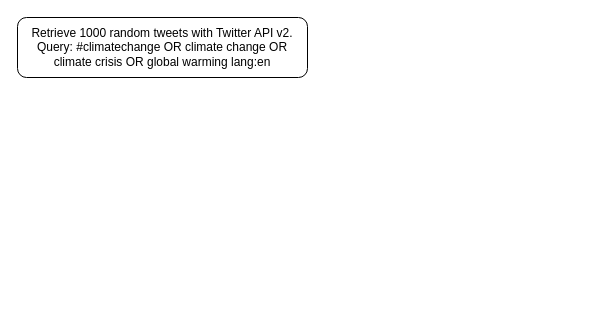
The draw.io diagram CCT416_Methodology.drawio in randsco/CCT416_FinalProject, before the edit. Source tidied: cells renumbered, new cells numbered last; positions are measured from the earlier drawing's top-left corner, leaving out a move shared by most shapes. Both pictures are drawn from the tidied source at 100%, with x=0, y=0 at pixel (17, 17).
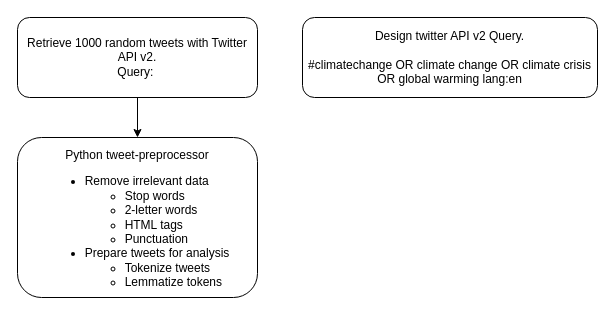
The same page after the edit.

Change to the diagram source:
```diff
@@
 <mxGraphModel>
   <root>
     <mxCell id="0" />
     <mxCell id="1" parent="0" />
+    <mxCell id="3" style="edgeStyle=orthogonalEdgeStyle;rounded=0;jettySize=auto;html=1;" parent="1" edge="1" source="2" target="4">
+      <mxGeometry relative="1" as="geometry" />
+    </mxCell>
-    <mxCell id="2" value="Retrieve 1000 random tweets with Twitter API v2. Query: #climatechange OR climate change OR climate crisis OR global warming lang:en" style="rounded=1;whiteSpace=wrap;html=1;" parent="1" vertex="1">
-      <mxGeometry width="290" height="60" as="geometry" />
+    <mxCell id="2" value="Retrieve 1000 random tweets with Twitter API v2.&lt;br&gt;Query:&amp;nbsp;" style="rounded=1;whiteSpace=wrap;html=1;align=center;" parent="1" vertex="1">
+      <mxGeometry width="240" height="80" as="geometry" />
     </mxCell>
+    <mxCell id="4" value="&lt;div style=&quot;&quot;&gt;&lt;br&gt;&lt;/div&gt;&lt;div style=&quot;&quot;&gt;Python tweet-preprocessor&lt;br&gt;&lt;/div&gt;&lt;ul&gt;&lt;li style=&quot;text-align: left;&quot;&gt;Remove irrelevant data&lt;/li&gt;&lt;ul&gt;&lt;li style=&quot;text-align: left;&quot;&gt;Stop words&lt;/li&gt;&lt;li style=&quot;text-align: left;&quot;&gt;2-letter words&lt;/li&gt;&lt;li style=&quot;text-align: left;&quot;&gt;HTML tags&lt;/li&gt;&lt;li style=&quot;text-align: left;&quot;&gt;Punctuation&lt;/li&gt;&lt;/ul&gt;&lt;li style=&quot;text-align: left;&quot;&gt;Prepare tweets for analysis&lt;/li&gt;&lt;ul&gt;&lt;li style=&quot;text-align: left;&quot;&gt;Tokenize tweets&lt;/li&gt;&lt;li style=&quot;text-align: left;&quot;&gt;Lemmatize tokens&lt;/li&gt;&lt;/ul&gt;&lt;/ul&gt;" style="rounded=1;whiteSpace=wrap;html=1;align=center;" parent="1" vertex="1">
+      <mxGeometry y="120" width="240" height="160" as="geometry" />
+    </mxCell>
+    <mxCell id="5" value="Design twitter API v2 Query.&lt;br&gt;&lt;br&gt;#climatechange OR climate change OR climate crisis OR global warming lang:en" style="rounded=1;whiteSpace=wrap;html=1;" parent="1" vertex="1">
+      <mxGeometry x="285" width="295" height="80" as="geometry" />
+    </mxCell>
   </root>
 </mxGraphModel>
```
